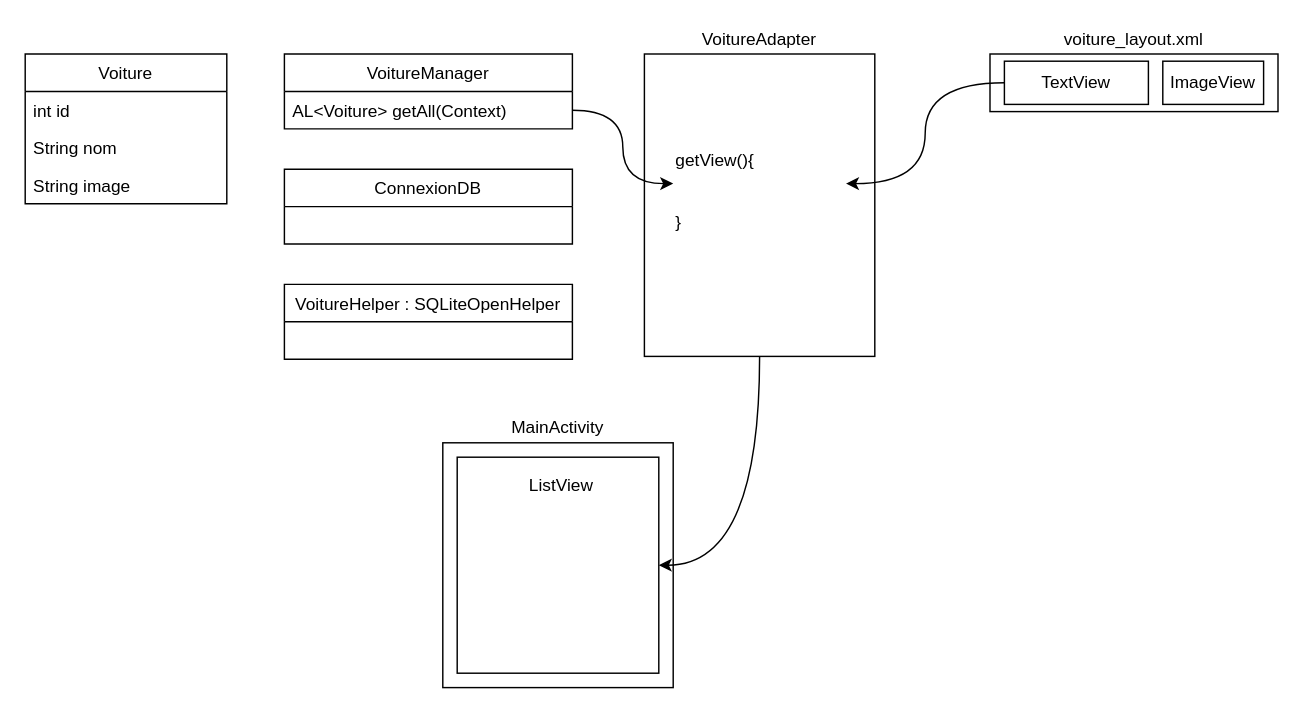
This is exo_en_classe_sujet/09-listview/exo-class-listview.drawio from arseneRuben/androidLearning, a draw.io file, before an edit. Source tidied: cells renumbered, new cells numbered last; positions are measured from the earlier drawing's top-left corner, leaving out a move shared by most shapes. Both pictures are drawn from the tidied source at 144%, with x=0, y=0 at pixel (24, 24).
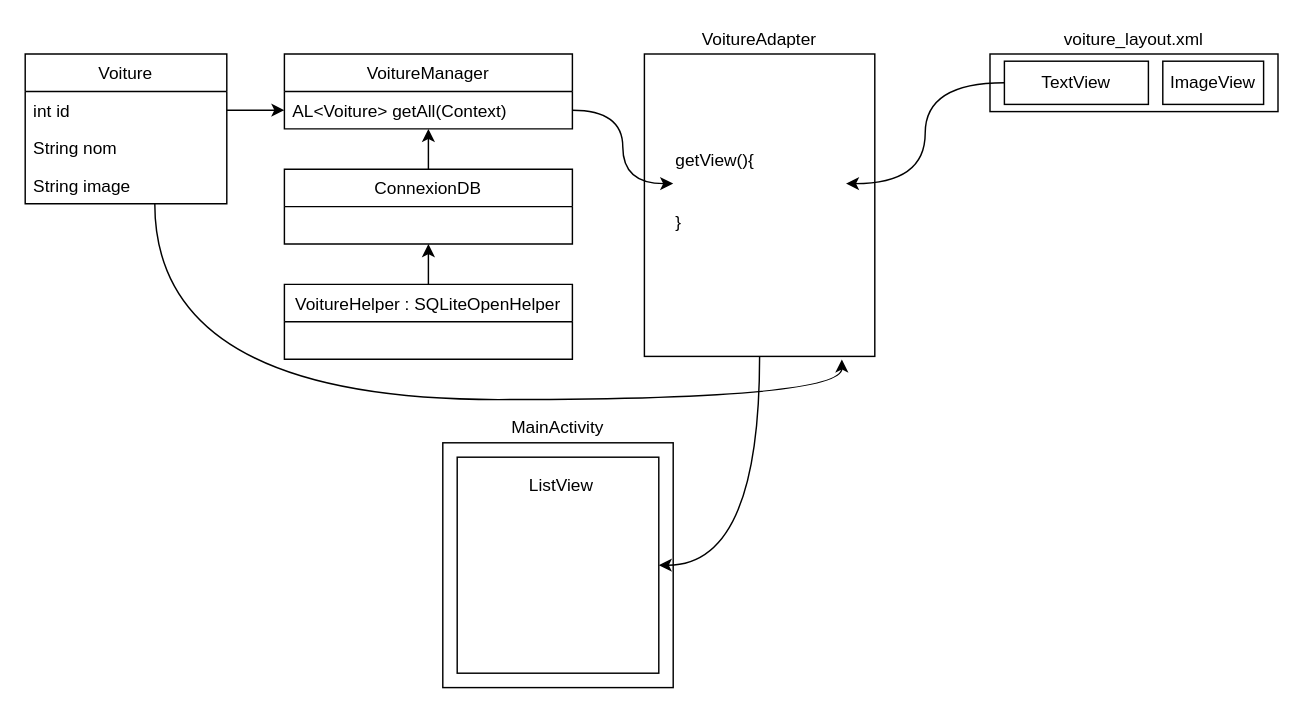
The same diagram, later.

Unchanged cells that the change refers to:
```xml
<mxCell id="2" value="Voiture" style="swimlane;fontStyle=0;horizontal=1;startSize=26;" parent="1" vertex="1">
  <mxGeometry y="20" width="140" height="104" as="geometry" />
</mxCell>
<mxCell id="3" value="int id" style="text;strokeColor=none;fillColor=none;align=left;verticalAlign=top;spacingLeft=4;spacingRight=4;overflow=hidden;points=[[0,0.5],[1,0.5]];portConstraint=eastwest;" parent="2" vertex="1">
  <mxGeometry y="26" width="140" height="26" as="geometry" />
</mxCell>
<mxCell id="6" value="VoitureManager" style="swimlane;fontStyle=0;horizontal=1;startSize=26;" parent="1" vertex="1">
  <mxGeometry x="180" y="20" width="200" height="52" as="geometry" />
</mxCell>
<mxCell id="7" value="AL&lt;Voiture&gt; getAll(Context)" style="text;strokeColor=none;fillColor=none;align=left;verticalAlign=top;spacingLeft=4;spacingRight=4;overflow=hidden;points=[[0,0.5],[1,0.5]];portConstraint=eastwest;" parent="6" vertex="1">
  <mxGeometry y="26" width="200" height="26" as="geometry" />
</mxCell>
<mxCell id="8" value="ConnexionDB" style="swimlane;fontStyle=0;horizontal=1;startSize=26;" parent="1" vertex="1">
  <mxGeometry x="180" y="100" width="200" height="52" as="geometry" />
</mxCell>
<mxCell id="9" value="VoitureHelper : SQLiteOpenHelper" style="swimlane;fontStyle=0;horizontal=1;startSize=26;" parent="1" vertex="1">
  <mxGeometry x="180" y="180" width="200" height="52" as="geometry" />
</mxCell>
<mxCell id="10" style="rounded=0;whiteSpace=wrap;html=1;" parent="1" vertex="1">
  <mxGeometry x="430" y="20" width="160" height="210" as="geometry" />
</mxCell>
```

Change to the diagram source:
```diff
@@
+    <mxCell id="26" style="edgeStyle=orthogonalEdgeStyle;curved=1;rounded=0;jettySize=auto;html=1;entryX=0.857;entryY=1.01;entryDx=0;entryDy=0;entryPerimeter=0;" parent="1" edge="1" source="2" target="10">
+      <mxGeometry relative="1" as="geometry">
+        <Array as="points">
+          <mxPoint x="90" y="260" />
+          <mxPoint x="567" y="260" />
+        </Array>
+      </mxGeometry>
+    </mxCell>
@@
+    <mxCell id="27" style="edgeStyle=orthogonalEdgeStyle;rounded=0;jettySize=auto;html=1;entryX=0.5;entryY=1;entryDx=0;entryDy=0;" parent="1" edge="1" source="8" target="6">
+      <mxGeometry relative="1" as="geometry" />
+    </mxCell>
@@
+    <mxCell id="28" style="edgeStyle=orthogonalEdgeStyle;rounded=0;jettySize=auto;html=1;entryX=0.5;entryY=1;entryDx=0;entryDy=0;" parent="1" edge="1" source="9" target="8">
+      <mxGeometry relative="1" as="geometry" />
+    </mxCell>
@@
+    <mxCell id="29" style="edgeStyle=orthogonalEdgeStyle;rounded=0;jettySize=auto;html=1;entryX=0;entryY=0.5;entryDx=0;entryDy=0;" parent="1" edge="1" source="3" target="7">
+      <mxGeometry relative="1" as="geometry" />
+    </mxCell>
```
